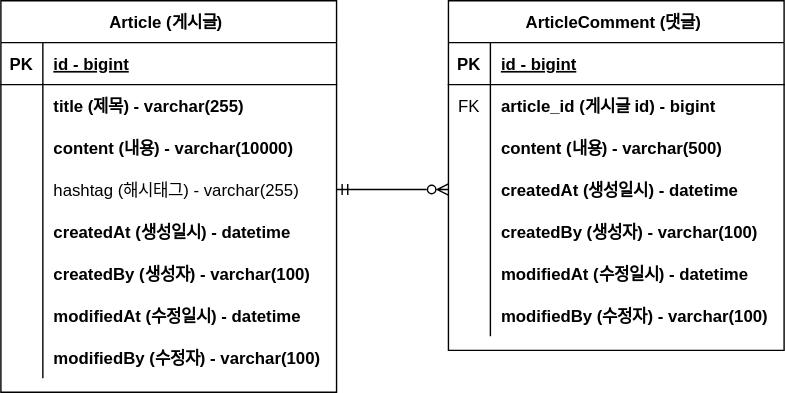
Before: document/project-board-erd.svg, a diagram exported from draw.io (yessm621/project-board). Source tidied: cells renumbered, new cells last; positions are measured from the earlier drawing's top-left corner, leaving out a move shared by most shapes.
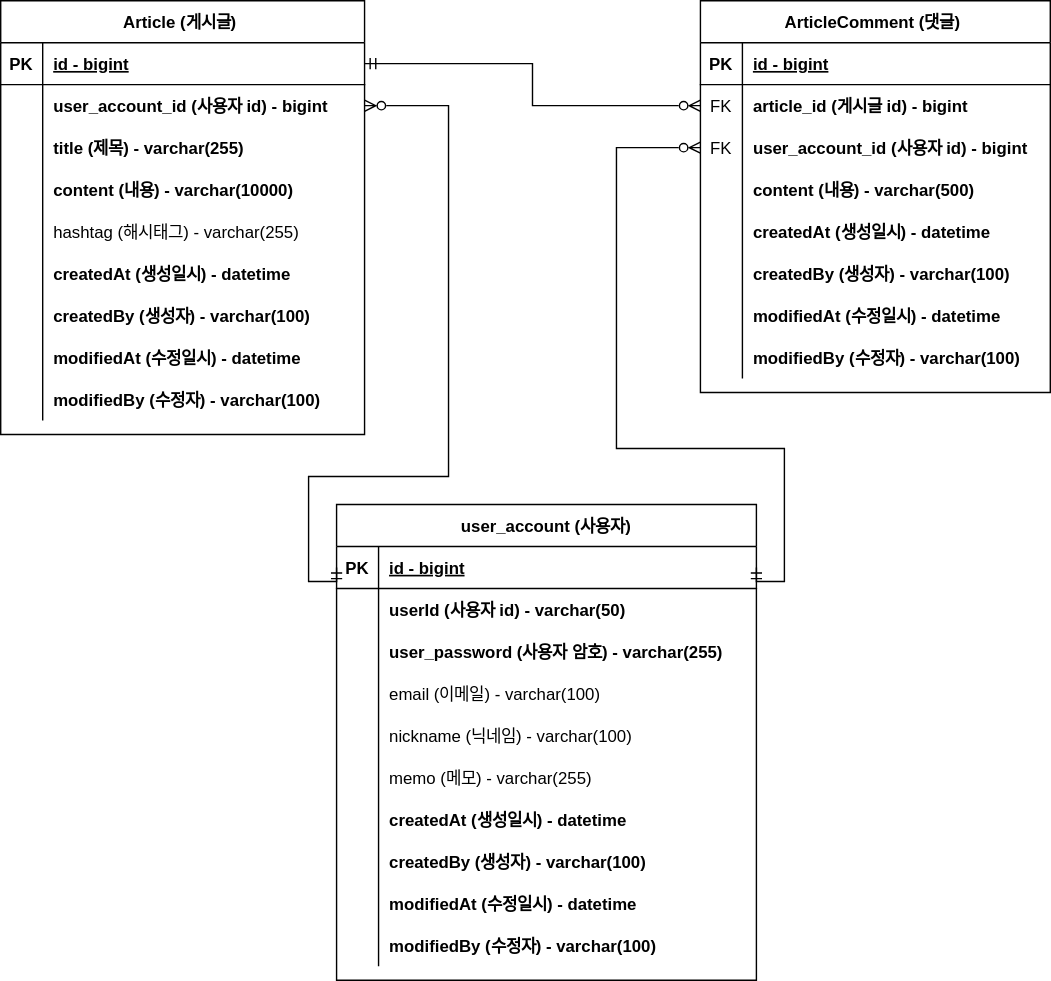
Above is the later version.

Commit message:
#18 - 사용자 ERD 추가

The edit, as a diff of the source:
```diff
@@ -5,6 +5,6 @@
     <mxCell id="2" value="Article (게시글) " style="shape=table;startSize=30;rowLines=0;fontStyle=1;align=center;" parent="1" vertex="1">
-      <mxGeometry width="240" height="280" as="geometry" />
+      <mxGeometry x="-60" width="260" height="310" as="geometry" />
     </mxCell>
     <mxCell id="3" style="shape=partialRectangle;fillColor=none;points=[[0,0.5],[1,0.5]];portConstraint=eastwest;top=0;left=0;right=0;bottom=1;" parent="2" vertex="1">
-      <mxGeometry y="30" width="240" height="30" as="geometry" />
+      <mxGeometry y="30" width="260" height="30" as="geometry" />
     </mxCell>
@@ -14,6 +14,6 @@
     <mxCell id="5" value="id - bigint" style="shape=partialRectangle;overflow=hidden;fillColor=none;top=0;left=0;bottom=0;right=0;align=left;spacingLeft=6;fontStyle=5;" parent="3" vertex="1">
-      <mxGeometry x="30" width="210" height="30" as="geometry" />
+      <mxGeometry x="30" width="230" height="30" as="geometry" />
     </mxCell>
     <mxCell id="6" style="shape=partialRectangle;fillColor=none;points=[[0,0.5],[1,0.5]];portConstraint=eastwest;top=0;left=0;right=0;bottom=0;" parent="2" vertex="1">
-      <mxGeometry y="60" width="240" height="30" as="geometry" />
+      <mxGeometry y="60" width="260" height="30" as="geometry" />
     </mxCell>
@@ -22,7 +22,16 @@
     </mxCell>
-    <mxCell id="8" value="title (제목) - varchar(255)" style="shape=partialRectangle;overflow=hidden;fillColor=none;top=0;left=0;bottom=0;right=0;align=left;spacingLeft=6;fontStyle=1;" parent="6" vertex="1">
-      <mxGeometry x="30" width="210" height="30" as="geometry" />
+    <mxCell id="8" value="user_account_id (사용자 id) - bigint" style="shape=partialRectangle;overflow=hidden;fillColor=none;top=0;left=0;bottom=0;right=0;align=left;spacingLeft=6;fontStyle=1;" parent="6" vertex="1">
+      <mxGeometry x="30" width="230" height="30" as="geometry" />
     </mxCell>
+    <mxCell id="50" style="shape=partialRectangle;fillColor=none;top=0;left=0;right=0;bottom=0;" parent="2" vertex="1">
+      <mxGeometry y="90" width="260" height="30" as="geometry" />
+    </mxCell>
+    <mxCell id="51" style="shape=partialRectangle;overflow=hidden;fillColor=none;top=0;left=0;bottom=0;right=0;" parent="50" vertex="1">
+      <mxGeometry width="30" height="30" as="geometry" />
+    </mxCell>
+    <mxCell id="52" value="title (제목) - varchar(255)" style="shape=partialRectangle;overflow=hidden;fillColor=none;top=0;left=0;bottom=0;right=0;align=left;spacingLeft=6;fontStyle=1;" parent="50" vertex="1">
+      <mxGeometry x="30" width="230" height="30" as="geometry" />
+    </mxCell>
     <mxCell id="9" style="shape=partialRectangle;fillColor=none;top=0;left=0;right=0;bottom=0;" parent="2" vertex="1">
-      <mxGeometry y="90" width="240" height="30" as="geometry" />
+      <mxGeometry y="120" width="260" height="30" as="geometry" />
     </mxCell>
@@ -32,6 +41,6 @@
     <mxCell id="11" value="content (내용) - varchar(10000)" style="shape=partialRectangle;overflow=hidden;fillColor=none;top=0;left=0;bottom=0;right=0;align=left;spacingLeft=6;fontStyle=1;" parent="9" vertex="1">
-      <mxGeometry x="30" width="210" height="30" as="geometry" />
+      <mxGeometry x="30" width="230" height="30" as="geometry" />
     </mxCell>
     <mxCell id="12" style="shape=partialRectangle;fillColor=none;points=[[0,0.5],[1,0.5]];portConstraint=eastwest;top=0;left=0;right=0;bottom=0;" parent="2" vertex="1">
-      <mxGeometry y="120" width="240" height="30" as="geometry" />
+      <mxGeometry y="150" width="260" height="30" as="geometry" />
     </mxCell>
@@ -41,6 +50,6 @@
     <mxCell id="14" value="hashtag (해시태그) - varchar(255)" style="shape=partialRectangle;overflow=hidden;fillColor=none;top=0;left=0;bottom=0;right=0;align=left;spacingLeft=6;" parent="12" vertex="1">
-      <mxGeometry x="30" width="210" height="30" as="geometry" />
+      <mxGeometry x="30" width="230" height="30" as="geometry" />
     </mxCell>
     <mxCell id="15" style="shape=partialRectangle;fillColor=none;top=0;left=0;right=0;bottom=0;" parent="2" vertex="1">
-      <mxGeometry y="150" width="240" height="30" as="geometry" />
+      <mxGeometry y="180" width="260" height="30" as="geometry" />
     </mxCell>
@@ -50,6 +59,6 @@
     <mxCell id="17" value="createdAt (생성일시) - datetime" style="shape=partialRectangle;overflow=hidden;fillColor=none;top=0;left=0;bottom=0;right=0;align=left;spacingLeft=6;fontStyle=1;" parent="15" vertex="1">
-      <mxGeometry x="30" width="210" height="30" as="geometry" />
+      <mxGeometry x="30" width="230" height="30" as="geometry" />
     </mxCell>
     <mxCell id="18" style="shape=partialRectangle;fillColor=none;top=0;left=0;right=0;bottom=0;" parent="2" vertex="1">
-      <mxGeometry y="180" width="240" height="30" as="geometry" />
+      <mxGeometry y="210" width="260" height="30" as="geometry" />
     </mxCell>
@@ -59,6 +68,6 @@
     <mxCell id="20" value="createdBy (생성자) - varchar(100)" style="shape=partialRectangle;overflow=hidden;fillColor=none;top=0;left=0;bottom=0;right=0;align=left;spacingLeft=6;fontStyle=1;" parent="18" vertex="1">
-      <mxGeometry x="30" width="210" height="30" as="geometry" />
+      <mxGeometry x="30" width="230" height="30" as="geometry" />
     </mxCell>
     <mxCell id="21" style="shape=partialRectangle;fillColor=none;top=0;left=0;right=0;bottom=0;" parent="2" vertex="1">
-      <mxGeometry y="210" width="240" height="30" as="geometry" />
+      <mxGeometry y="240" width="260" height="30" as="geometry" />
     </mxCell>
@@ -68,6 +77,6 @@
     <mxCell id="23" value="modifiedAt (수정일시) - datetime" style="shape=partialRectangle;overflow=hidden;fillColor=none;top=0;left=0;bottom=0;right=0;align=left;spacingLeft=6;fontStyle=1;" parent="21" vertex="1">
-      <mxGeometry x="30" width="210" height="30" as="geometry" />
+      <mxGeometry x="30" width="230" height="30" as="geometry" />
     </mxCell>
     <mxCell id="24" style="shape=partialRectangle;fillColor=none;top=0;left=0;right=0;bottom=0;" parent="2" vertex="1">
-      <mxGeometry y="240" width="240" height="30" as="geometry" />
+      <mxGeometry y="270" width="260" height="30" as="geometry" />
     </mxCell>
@@ -77,9 +86,9 @@
     <mxCell id="26" value="modifiedBy (수정자) - varchar(100)" style="shape=partialRectangle;overflow=hidden;fillColor=none;top=0;left=0;bottom=0;right=0;align=left;spacingLeft=6;fontStyle=1;" parent="24" vertex="1">
-      <mxGeometry x="30" width="210" height="30" as="geometry" />
+      <mxGeometry x="30" width="230" height="30" as="geometry" />
     </mxCell>
     <mxCell id="27" value="ArticleComment (댓글) " style="shape=table;startSize=30;rowLines=0;fontStyle=1;align=center;" parent="1" vertex="1">
-      <mxGeometry x="320" width="240" height="250" as="geometry" />
+      <mxGeometry x="440" width="250" height="280" as="geometry" />
     </mxCell>
     <mxCell id="28" style="shape=partialRectangle;fillColor=none;top=0;left=0;right=0;bottom=1;" parent="27" vertex="1">
-      <mxGeometry y="30" width="240" height="30" as="geometry" />
+      <mxGeometry y="30" width="250" height="30" as="geometry" />
     </mxCell>
@@ -89,6 +98,6 @@
     <mxCell id="30" value="id - bigint" style="shape=partialRectangle;overflow=hidden;fillColor=none;top=0;left=0;bottom=0;right=0;align=left;spacingLeft=6;fontStyle=5;" parent="28" vertex="1">
-      <mxGeometry x="30" width="210" height="30" as="geometry" />
+      <mxGeometry x="30" width="220" height="30" as="geometry" />
     </mxCell>
     <mxCell id="31" style="shape=partialRectangle;fillColor=none;points=[[0,0.5],[1,0.5]];portConstraint=eastwest;top=0;left=0;right=0;bottom=0;" parent="27" vertex="1">
-      <mxGeometry y="60" width="240" height="30" as="geometry" />
+      <mxGeometry y="60" width="250" height="30" as="geometry" />
     </mxCell>
@@ -98,6 +107,15 @@
     <mxCell id="33" value="article_id (게시글 id) - bigint" style="shape=partialRectangle;overflow=hidden;fillColor=none;top=0;left=0;bottom=0;right=0;align=left;spacingLeft=6;fontStyle=1;" parent="31" vertex="1">
-      <mxGeometry x="30" width="210" height="30" as="geometry" />
+      <mxGeometry x="30" width="220" height="30" as="geometry" />
     </mxCell>
+    <mxCell id="53" style="shape=partialRectangle;fillColor=none;points=[[0,0.5],[1,0.5]];portConstraint=eastwest;top=0;left=0;right=0;bottom=0;" parent="27" vertex="1">
+      <mxGeometry y="90" width="250" height="30" as="geometry" />
+    </mxCell>
+    <mxCell id="54" value="FK" style="shape=partialRectangle;overflow=hidden;fillColor=none;top=0;left=0;bottom=0;right=0;" parent="53" vertex="1">
+      <mxGeometry width="30" height="30" as="geometry" />
+    </mxCell>
+    <mxCell id="55" value="user_account_id (사용자 id) - bigint" style="shape=partialRectangle;overflow=hidden;fillColor=none;top=0;left=0;bottom=0;right=0;align=left;spacingLeft=6;fontStyle=1;" parent="53" vertex="1">
+      <mxGeometry x="30" width="220" height="30" as="geometry" />
+    </mxCell>
     <mxCell id="34" style="shape=partialRectangle;fillColor=none;top=0;left=0;right=0;bottom=0;" parent="27" vertex="1">
-      <mxGeometry y="90" width="240" height="30" as="geometry" />
+      <mxGeometry y="120" width="250" height="30" as="geometry" />
     </mxCell>
@@ -107,6 +125,6 @@
     <mxCell id="36" value="content (내용) - varchar(500)" style="shape=partialRectangle;overflow=hidden;fillColor=none;top=0;left=0;bottom=0;right=0;align=left;spacingLeft=6;fontStyle=1;" parent="34" vertex="1">
-      <mxGeometry x="30" width="210" height="30" as="geometry" />
+      <mxGeometry x="30" width="220" height="30" as="geometry" />
     </mxCell>
     <mxCell id="37" style="shape=partialRectangle;fillColor=none;points=[[0,0.5],[1,0.5]];portConstraint=eastwest;top=0;left=0;right=0;bottom=0;" parent="27" vertex="1">
-      <mxGeometry y="120" width="240" height="30" as="geometry" />
+      <mxGeometry y="150" width="250" height="30" as="geometry" />
     </mxCell>
@@ -116,6 +134,6 @@
     <mxCell id="39" value="createdAt (생성일시) - datetime" style="shape=partialRectangle;overflow=hidden;fillColor=none;top=0;left=0;bottom=0;right=0;align=left;spacingLeft=6;fontStyle=1;" parent="37" vertex="1">
-      <mxGeometry x="30" width="210" height="30" as="geometry" />
+      <mxGeometry x="30" width="220" height="30" as="geometry" />
     </mxCell>
     <mxCell id="40" style="shape=partialRectangle;fillColor=none;top=0;left=0;right=0;bottom=0;" parent="27" vertex="1">
-      <mxGeometry y="150" width="240" height="30" as="geometry" />
+      <mxGeometry y="180" width="250" height="30" as="geometry" />
     </mxCell>
@@ -125,6 +143,6 @@
     <mxCell id="42" value="createdBy (생성자) - varchar(100)" style="shape=partialRectangle;overflow=hidden;fillColor=none;top=0;left=0;bottom=0;right=0;align=left;spacingLeft=6;fontStyle=1;" parent="40" vertex="1">
-      <mxGeometry x="30" width="210" height="30" as="geometry" />
+      <mxGeometry x="30" width="220" height="30" as="geometry" />
     </mxCell>
     <mxCell id="43" style="shape=partialRectangle;fillColor=none;top=0;left=0;right=0;bottom=0;" parent="27" vertex="1">
-      <mxGeometry y="180" width="240" height="30" as="geometry" />
+      <mxGeometry y="210" width="250" height="30" as="geometry" />
     </mxCell>
@@ -134,6 +152,6 @@
     <mxCell id="45" value="modifiedAt (수정일시) - datetime" style="shape=partialRectangle;overflow=hidden;fillColor=none;top=0;left=0;bottom=0;right=0;align=left;spacingLeft=6;fontStyle=1;" parent="43" vertex="1">
-      <mxGeometry x="30" width="210" height="30" as="geometry" />
+      <mxGeometry x="30" width="220" height="30" as="geometry" />
     </mxCell>
     <mxCell id="46" style="shape=partialRectangle;fillColor=none;top=0;left=0;right=0;bottom=0;" parent="27" vertex="1">
-      <mxGeometry y="210" width="240" height="30" as="geometry" />
+      <mxGeometry y="240" width="250" height="30" as="geometry" />
     </mxCell>
@@ -143,7 +161,120 @@
     <mxCell id="48" value="modifiedBy (수정자) - varchar(100)" style="shape=partialRectangle;overflow=hidden;fillColor=none;top=0;left=0;bottom=0;right=0;align=left;spacingLeft=6;fontStyle=1;" parent="46" vertex="1">
-      <mxGeometry x="30" width="210" height="30" as="geometry" />
+      <mxGeometry x="30" width="220" height="30" as="geometry" />
     </mxCell>
-    <mxCell id="49" style="edgeStyle=orthogonalEdgeStyle;rounded=0;jettySize=auto;html=1;entryX=0;entryY=0.5;entryDx=0;entryDy=0;startArrow=ERmandOne;startFill=0;endArrow=ERzeroToMany;endFill=0;" parent="1" edge="1" source="12" target="37">
-      <mxGeometry relative="1" as="geometry" />
-    </mxCell>
+    <mxCell id="56" value="user_account (사용자)" style="shape=table;startSize=30;rowLines=0;fontStyle=1;align=center;" parent="1" vertex="1">
+      <mxGeometry x="180" y="360" width="300" height="340" as="geometry" />
+    </mxCell>
+    <mxCell id="57" style="shape=partialRectangle;fillColor=none;points=[[0,0.5],[1,0.5]];portConstraint=eastwest;top=0;left=0;right=0;bottom=1;" parent="56" vertex="1">
+      <mxGeometry y="30" width="300" height="30" as="geometry" />
+    </mxCell>
+    <mxCell id="58" value="PK" style="shape=partialRectangle;overflow=hidden;fillColor=none;top=0;left=0;bottom=0;right=0;fontStyle=1;" parent="57" vertex="1">
+      <mxGeometry width="30" height="30" as="geometry" />
+    </mxCell>
+    <mxCell id="59" value="id - bigint" style="shape=partialRectangle;overflow=hidden;fillColor=none;top=0;left=0;bottom=0;right=0;align=left;spacingLeft=6;fontStyle=5;" parent="57" vertex="1">
+      <mxGeometry x="30" width="270" height="30" as="geometry" />
+    </mxCell>
+    <mxCell id="60" style="shape=partialRectangle;fillColor=none;top=0;left=0;right=0;bottom=0;" parent="56" vertex="1">
+      <mxGeometry y="60" width="300" height="30" as="geometry" />
+    </mxCell>
+    <mxCell id="61" style="shape=partialRectangle;overflow=hidden;fillColor=none;top=0;left=0;bottom=0;right=0;" parent="60" vertex="1">
+      <mxGeometry width="30" height="30" as="geometry" />
+    </mxCell>
+    <mxCell id="62" value="userId (사용자 id) - varchar(50)" style="shape=partialRectangle;overflow=hidden;fillColor=none;top=0;left=0;bottom=0;right=0;align=left;spacingLeft=6;fontStyle=1;" parent="60" vertex="1">
+      <mxGeometry x="30" width="270" height="30" as="geometry" />
+    </mxCell>
+    <mxCell id="63" style="shape=partialRectangle;fillColor=none;top=0;left=0;right=0;bottom=0;" parent="56" vertex="1">
+      <mxGeometry y="90" width="300" height="30" as="geometry" />
+    </mxCell>
+    <mxCell id="64" style="shape=partialRectangle;overflow=hidden;fillColor=none;top=0;left=0;bottom=0;right=0;" parent="63" vertex="1">
+      <mxGeometry width="30" height="30" as="geometry" />
+    </mxCell>
+    <mxCell id="65" value="user_password (사용자 암호) - varchar(255)" style="shape=partialRectangle;overflow=hidden;fillColor=none;top=0;left=0;bottom=0;right=0;align=left;spacingLeft=6;fontStyle=1;" parent="63" vertex="1">
+      <mxGeometry x="30" width="270" height="30" as="geometry" />
+    </mxCell>
+    <mxCell id="66" style="shape=partialRectangle;fillColor=none;top=0;left=0;right=0;bottom=0;" parent="56" vertex="1">
+      <mxGeometry y="120" width="300" height="30" as="geometry" />
+    </mxCell>
+    <mxCell id="67" style="shape=partialRectangle;overflow=hidden;fillColor=none;top=0;left=0;bottom=0;right=0;" parent="66" vertex="1">
+      <mxGeometry width="30" height="30" as="geometry" />
+    </mxCell>
+    <mxCell id="68" value="email (이메일) - varchar(100)" style="shape=partialRectangle;overflow=hidden;fillColor=none;top=0;left=0;bottom=0;right=0;align=left;spacingLeft=6;" parent="66" vertex="1">
+      <mxGeometry x="30" width="270" height="30" as="geometry" />
+    </mxCell>
+    <mxCell id="69" style="shape=partialRectangle;fillColor=none;top=0;left=0;right=0;bottom=0;" parent="56" vertex="1">
+      <mxGeometry y="150" width="300" height="30" as="geometry" />
+    </mxCell>
+    <mxCell id="70" style="shape=partialRectangle;overflow=hidden;fillColor=none;top=0;left=0;bottom=0;right=0;" parent="69" vertex="1">
+      <mxGeometry width="30" height="30" as="geometry" />
+    </mxCell>
+    <mxCell id="71" value="nickname (닉네임) - varchar(100)" style="shape=partialRectangle;overflow=hidden;fillColor=none;top=0;left=0;bottom=0;right=0;align=left;spacingLeft=6;" parent="69" vertex="1">
+      <mxGeometry x="30" width="270" height="30" as="geometry" />
+    </mxCell>
+    <mxCell id="72" style="shape=partialRectangle;fillColor=none;top=0;left=0;right=0;bottom=0;" parent="56" vertex="1">
+      <mxGeometry y="180" width="300" height="30" as="geometry" />
+    </mxCell>
+    <mxCell id="73" style="shape=partialRectangle;overflow=hidden;fillColor=none;top=0;left=0;bottom=0;right=0;" parent="72" vertex="1">
+      <mxGeometry width="30" height="30" as="geometry" />
+    </mxCell>
+    <mxCell id="74" value="memo (메모) - varchar(255)" style="shape=partialRectangle;overflow=hidden;fillColor=none;top=0;left=0;bottom=0;right=0;align=left;spacingLeft=6;" parent="72" vertex="1">
+      <mxGeometry x="30" width="270" height="30" as="geometry" />
+    </mxCell>
+    <mxCell id="75" style="shape=partialRectangle;fillColor=none;top=0;left=0;right=0;bottom=0;" parent="56" vertex="1">
+      <mxGeometry y="210" width="300" height="30" as="geometry" />
+    </mxCell>
+    <mxCell id="76" style="shape=partialRectangle;overflow=hidden;fillColor=none;top=0;left=0;bottom=0;right=0;" parent="75" vertex="1">
+      <mxGeometry width="30" height="30" as="geometry" />
+    </mxCell>
+    <mxCell id="77" value="createdAt (생성일시) - datetime" style="shape=partialRectangle;overflow=hidden;fillColor=none;top=0;left=0;bottom=0;right=0;align=left;spacingLeft=6;fontStyle=1;" parent="75" vertex="1">
+      <mxGeometry x="30" width="270" height="30" as="geometry" />
+    </mxCell>
+    <mxCell id="78" style="shape=partialRectangle;fillColor=none;top=0;left=0;right=0;bottom=0;" parent="56" vertex="1">
+      <mxGeometry y="240" width="300" height="30" as="geometry" />
+    </mxCell>
+    <mxCell id="79" style="shape=partialRectangle;overflow=hidden;fillColor=none;top=0;left=0;bottom=0;right=0;" parent="78" vertex="1">
+      <mxGeometry width="30" height="30" as="geometry" />
+    </mxCell>
+    <mxCell id="80" value="createdBy (생성자) - varchar(100)" style="shape=partialRectangle;overflow=hidden;fillColor=none;top=0;left=0;bottom=0;right=0;align=left;spacingLeft=6;fontStyle=1;" parent="78" vertex="1">
+      <mxGeometry x="30" width="270" height="30" as="geometry" />
+    </mxCell>
+    <mxCell id="81" style="shape=partialRectangle;fillColor=none;top=0;left=0;right=0;bottom=0;" parent="56" vertex="1">
+      <mxGeometry y="270" width="300" height="30" as="geometry" />
+    </mxCell>
+    <mxCell id="82" style="shape=partialRectangle;overflow=hidden;fillColor=none;top=0;left=0;bottom=0;right=0;" parent="81" vertex="1">
+      <mxGeometry width="30" height="30" as="geometry" />
+    </mxCell>
+    <mxCell id="83" value="modifiedAt (수정일시) - datetime" style="shape=partialRectangle;overflow=hidden;fillColor=none;top=0;left=0;bottom=0;right=0;align=left;spacingLeft=6;fontStyle=1;" parent="81" vertex="1">
+      <mxGeometry x="30" width="270" height="30" as="geometry" />
+    </mxCell>
+    <mxCell id="84" style="shape=partialRectangle;fillColor=none;top=0;left=0;right=0;bottom=0;" parent="56" vertex="1">
+      <mxGeometry y="300" width="300" height="30" as="geometry" />
+    </mxCell>
+    <mxCell id="85" style="shape=partialRectangle;overflow=hidden;fillColor=none;top=0;left=0;bottom=0;right=0;" parent="84" vertex="1">
+      <mxGeometry width="30" height="30" as="geometry" />
+    </mxCell>
+    <mxCell id="86" value="modifiedBy (수정자) - varchar(100)" style="shape=partialRectangle;overflow=hidden;fillColor=none;top=0;left=0;bottom=0;right=0;align=left;spacingLeft=6;fontStyle=1;" parent="84" vertex="1">
+      <mxGeometry x="30" width="270" height="30" as="geometry" />
+    </mxCell>
+    <mxCell id="87" style="edgeStyle=orthogonalEdgeStyle;shape=connector;rounded=0;jettySize=auto;html=1;exitX=0;exitY=0.5;exitDx=0;exitDy=0;entryX=1;entryY=0.5;entryDx=0;entryDy=0;labelBackgroundColor=default;strokeColor=default;fontFamily=Helvetica;fontSize=11;fontColor=default;startArrow=ERzeroToMany;startFill=0;endArrow=ERmandOne;endFill=0;" parent="1" edge="1" source="53" target="57">
+      <mxGeometry relative="1" as="geometry">
+        <Array as="points">
+          <mxPoint x="380" y="105" />
+          <mxPoint x="380" y="320" />
+          <mxPoint x="500" y="320" />
+          <mxPoint x="500" y="415" />
+        </Array>
+      </mxGeometry>
+    </mxCell>
+    <mxCell id="88" style="edgeStyle=orthogonalEdgeStyle;shape=connector;rounded=0;jettySize=auto;html=1;exitX=1;exitY=0.5;exitDx=0;exitDy=0;entryX=0;entryY=0.5;entryDx=0;entryDy=0;labelBackgroundColor=default;strokeColor=default;fontFamily=Helvetica;fontSize=11;fontColor=default;startArrow=ERzeroToMany;startFill=0;endArrow=ERmandOne;endFill=0;" parent="1" edge="1" source="6" target="57">
+      <mxGeometry relative="1" as="geometry">
+        <Array as="points">
+          <mxPoint x="260" y="75" />
+          <mxPoint x="260" y="340" />
+          <mxPoint x="160" y="340" />
+          <mxPoint x="160" y="415" />
+        </Array>
+      </mxGeometry>
+    </mxCell>
+    <mxCell id="89" style="edgeStyle=orthogonalEdgeStyle;shape=connector;rounded=0;jettySize=auto;html=1;exitX=0;exitY=0.5;exitDx=0;exitDy=0;entryX=1;entryY=0.5;entryDx=0;entryDy=0;labelBackgroundColor=default;strokeColor=default;fontFamily=Helvetica;fontSize=11;fontColor=default;startArrow=ERzeroToMany;startFill=0;endArrow=ERmandOne;endFill=0;" parent="1" edge="1" source="31" target="3">
+      <mxGeometry relative="1" as="geometry" />
+    </mxCell>
   </root>
```
